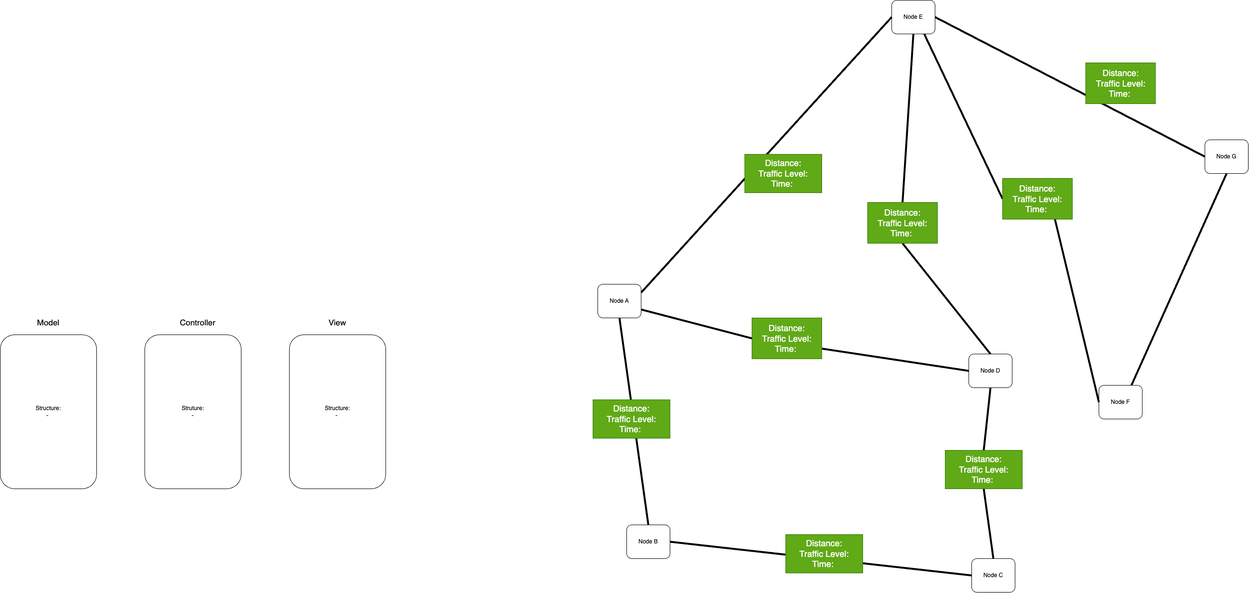
Earlier version of the draw.io export src/main/java/org/logistics/diagrams/Design_mockUp.drawio.png (Raul-Prisecaru/Vehicle-Delivery-System-Pathfinding). Source tidied: cells renumbered, new cells last; positions are measured from the earlier drawing's top-left corner, leaving out a move shared by most shapes. The source it was exported from:
```xml
<mxGraphModel>
  <root>
    <mxCell id="0" />
    <mxCell id="1" parent="0" />
    <mxCell id="2" value="Node A" style="rounded=1;whiteSpace=wrap;html=1;" parent="1" vertex="1">
      <mxGeometry x="1240" y="590" width="90" height="70" as="geometry" />
    </mxCell>
    <mxCell id="3" value="Node B" style="rounded=1;whiteSpace=wrap;html=1;" parent="1" vertex="1">
      <mxGeometry x="1300" y="1090" width="90" height="70" as="geometry" />
    </mxCell>
    <mxCell id="4" value="Node D" style="rounded=1;whiteSpace=wrap;html=1;" parent="1" vertex="1">
      <mxGeometry x="2010" y="735" width="90" height="70" as="geometry" />
    </mxCell>
    <mxCell id="5" value="Node C" style="rounded=1;whiteSpace=wrap;html=1;" parent="1" vertex="1">
      <mxGeometry x="2016" y="1160" width="90" height="70" as="geometry" />
    </mxCell>
    <mxCell id="6" value="Node F" style="rounded=1;whiteSpace=wrap;html=1;" parent="1" vertex="1">
      <mxGeometry x="2280" y="800" width="90" height="70" as="geometry" />
    </mxCell>
    <mxCell id="7" value="Node E" style="rounded=1;whiteSpace=wrap;html=1;" parent="1" vertex="1">
      <mxGeometry x="1850" width="90" height="70" as="geometry" />
    </mxCell>
    <mxCell id="8" value="Node G" style="rounded=1;whiteSpace=wrap;html=1;" parent="1" vertex="1">
      <mxGeometry x="2500" y="290" width="90" height="70" as="geometry" />
    </mxCell>
    <mxCell id="9" style="endArrow=none;html=1;rounded=0;strokeWidth=4;exitX=0.5;exitY=0;exitDx=0;exitDy=0;entryX=0.5;entryY=1;entryDx=0;entryDy=0;" parent="1" edge="1" source="3" target="2">
      <mxGeometry relative="1" as="geometry" />
    </mxCell>
    <mxCell id="10" style="endArrow=none;html=1;rounded=0;strokeWidth=4;exitX=1;exitY=0.5;exitDx=0;exitDy=0;entryX=0;entryY=0.5;entryDx=0;entryDy=0;" parent="1" edge="1" source="3" target="5">
      <mxGeometry relative="1" as="geometry" />
    </mxCell>
    <mxCell id="11" style="endArrow=none;html=1;rounded=0;strokeWidth=4;exitX=0.5;exitY=1;exitDx=0;exitDy=0;entryX=0.5;entryY=0;entryDx=0;entryDy=0;" parent="1" edge="1" source="29" target="5">
      <mxGeometry relative="1" as="geometry" />
    </mxCell>
    <mxCell id="12" style="endArrow=none;html=1;rounded=0;strokeWidth=4;exitX=0.5;exitY=1;exitDx=0;exitDy=0;entryX=0.5;entryY=0;entryDx=0;entryDy=0;" parent="1" edge="1" source="22" target="4">
      <mxGeometry relative="1" as="geometry" />
    </mxCell>
    <mxCell id="13" style="endArrow=none;html=1;rounded=0;strokeWidth=4;exitX=0;exitY=0.5;exitDx=0;exitDy=0;entryX=0.75;entryY=1;entryDx=0;entryDy=0;" parent="1" edge="1" source="26" target="7">
      <mxGeometry relative="1" as="geometry" />
    </mxCell>
    <mxCell id="14" style="endArrow=none;html=1;rounded=0;strokeWidth=4;exitX=0.5;exitY=1;exitDx=0;exitDy=0;entryX=0.75;entryY=0;entryDx=0;entryDy=0;" parent="1" edge="1" source="8" target="6">
      <mxGeometry relative="1" as="geometry" />
    </mxCell>
    <mxCell id="15" style="endArrow=none;html=1;rounded=0;strokeWidth=4;exitX=0;exitY=0.5;exitDx=0;exitDy=0;entryX=1;entryY=0.25;entryDx=0;entryDy=0;" parent="1" edge="1" source="7" target="2">
      <mxGeometry relative="1" as="geometry" />
    </mxCell>
    <mxCell id="16" style="endArrow=none;html=1;rounded=0;strokeWidth=4;exitX=0;exitY=0.5;exitDx=0;exitDy=0;entryX=1;entryY=0.5;entryDx=0;entryDy=0;" parent="1" edge="1" source="8" target="7">
      <mxGeometry relative="1" as="geometry" />
    </mxCell>
    <mxCell id="17" style="endArrow=none;html=1;rounded=0;strokeWidth=4;exitX=0;exitY=0.5;exitDx=0;exitDy=0;entryX=1;entryY=0.75;entryDx=0;entryDy=0;" parent="1" edge="1" source="24" target="2">
      <mxGeometry relative="1" as="geometry" />
    </mxCell>
    <mxCell id="18" value="&lt;font style=&quot;font-size: 18px;&quot;&gt;Distance:&lt;br&gt;Traffic Level:&lt;br&gt;Time:&amp;nbsp;&lt;/font&gt;" style="rounded=0;whiteSpace=wrap;html=1;fillColor=#60a917;strokeColor=#2D7600;fontColor=#ffffff;" parent="1" vertex="1">
      <mxGeometry x="1230" y="830" width="160" height="80" as="geometry" />
    </mxCell>
    <mxCell id="19" value="&lt;font style=&quot;font-size: 18px;&quot;&gt;Distance:&lt;br&gt;Traffic Level:&lt;br&gt;Time:&amp;nbsp;&lt;/font&gt;" style="rounded=0;whiteSpace=wrap;html=1;fillColor=#60a917;strokeColor=#2D7600;fontColor=#ffffff;" parent="1" vertex="1">
      <mxGeometry x="1545" y="320" width="160" height="80" as="geometry" />
    </mxCell>
    <mxCell id="20" value="&lt;font style=&quot;font-size: 18px;&quot;&gt;Distance:&lt;br&gt;Traffic Level:&lt;br&gt;Time:&amp;nbsp;&lt;/font&gt;" style="rounded=0;whiteSpace=wrap;html=1;fillColor=#60a917;strokeColor=#2D7600;fontColor=#ffffff;" parent="1" vertex="1">
      <mxGeometry x="1630" y="1110" width="160" height="80" as="geometry" />
    </mxCell>
    <mxCell id="21" style="endArrow=none;html=1;rounded=0;strokeWidth=4;exitX=0.5;exitY=1;exitDx=0;exitDy=0;entryX=0.5;entryY=0;entryDx=0;entryDy=0;" parent="1" edge="1" source="7" target="22">
      <mxGeometry relative="1" as="geometry" />
    </mxCell>
    <mxCell id="22" value="&lt;font style=&quot;font-size: 18px;&quot;&gt;Distance:&lt;br&gt;Traffic Level:&lt;br&gt;Time:&amp;nbsp;&lt;/font&gt;" style="rounded=0;whiteSpace=wrap;html=1;fillColor=#60a917;strokeColor=#2D7600;fontColor=#ffffff;" parent="1" vertex="1">
      <mxGeometry x="1800" y="420" width="145" height="85" as="geometry" />
    </mxCell>
    <mxCell id="23" style="endArrow=none;html=1;rounded=0;strokeWidth=4;exitX=0;exitY=0.5;exitDx=0;exitDy=0;entryX=1;entryY=0.75;entryDx=0;entryDy=0;" parent="1" edge="1" source="4" target="24">
      <mxGeometry relative="1" as="geometry" />
    </mxCell>
    <mxCell id="24" value="&lt;font style=&quot;font-size: 18px;&quot;&gt;Distance:&lt;br&gt;Traffic Level:&lt;br&gt;Time:&amp;nbsp;&lt;/font&gt;" style="rounded=0;whiteSpace=wrap;html=1;fillColor=#60a917;strokeColor=#2D7600;fontColor=#ffffff;" parent="1" vertex="1">
      <mxGeometry x="1560" y="660" width="145" height="85" as="geometry" />
    </mxCell>
    <mxCell id="25" style="endArrow=none;html=1;rounded=0;strokeWidth=4;exitX=0;exitY=0.5;exitDx=0;exitDy=0;entryX=0.75;entryY=1;entryDx=0;entryDy=0;" parent="1" edge="1" source="6" target="26">
      <mxGeometry relative="1" as="geometry" />
    </mxCell>
    <mxCell id="26" value="&lt;font style=&quot;font-size: 18px;&quot;&gt;Distance:&lt;br&gt;Traffic Level:&lt;br&gt;Time:&amp;nbsp;&lt;/font&gt;" style="rounded=0;whiteSpace=wrap;html=1;fillColor=#60a917;strokeColor=#2D7600;fontColor=#ffffff;" parent="1" vertex="1">
      <mxGeometry x="2080" y="370" width="145" height="85" as="geometry" />
    </mxCell>
    <mxCell id="27" value="&lt;font style=&quot;font-size: 18px;&quot;&gt;Distance:&lt;br&gt;Traffic Level:&lt;br&gt;Time:&amp;nbsp;&lt;/font&gt;" style="rounded=0;whiteSpace=wrap;html=1;fillColor=#60a917;strokeColor=#2D7600;fontColor=#ffffff;" parent="1" vertex="1">
      <mxGeometry x="2252.5" y="130" width="145" height="85" as="geometry" />
    </mxCell>
    <mxCell id="28" style="endArrow=none;html=1;rounded=0;strokeWidth=4;exitX=0.5;exitY=1;exitDx=0;exitDy=0;entryX=0.5;entryY=0;entryDx=0;entryDy=0;" parent="1" edge="1" source="4" target="29">
      <mxGeometry relative="1" as="geometry" />
    </mxCell>
    <mxCell id="29" value="&lt;font style=&quot;font-size: 18px;&quot;&gt;Distance:&lt;br&gt;Traffic Level:&lt;br&gt;Time:&amp;nbsp;&lt;/font&gt;" style="rounded=0;whiteSpace=wrap;html=1;fillColor=#60a917;strokeColor=#2D7600;fontColor=#ffffff;" parent="1" vertex="1">
      <mxGeometry x="1961" y="935" width="160" height="80" as="geometry" />
    </mxCell>
    <mxCell id="30" value="Structure:&lt;br&gt;-&amp;nbsp;" style="rounded=1;whiteSpace=wrap;html=1;" parent="1" vertex="1">
      <mxGeometry y="695" width="200" height="320" as="geometry" />
    </mxCell>
    <mxCell id="31" style="rounded=1;whiteSpace=wrap;html=1;" parent="1" vertex="1">
      <mxGeometry x="300" y="695" width="200" height="320" as="geometry" />
    </mxCell>
    <mxCell id="32" style="rounded=1;whiteSpace=wrap;html=1;" parent="1" vertex="1">
      <mxGeometry x="600" y="695" width="200" height="320" as="geometry" />
    </mxCell>
    <mxCell id="33" value="&lt;font style=&quot;font-size: 17px;&quot;&gt;Model&lt;/font&gt;" style="text;html=1;strokeColor=none;fillColor=none;align=center;verticalAlign=middle;whiteSpace=wrap;rounded=0;" parent="1" vertex="1">
      <mxGeometry x="70" y="655" width="60" height="30" as="geometry" />
    </mxCell>
    <mxCell id="34" value="&lt;font style=&quot;font-size: 17px;&quot;&gt;View&lt;/font&gt;" style="text;html=1;strokeColor=none;fillColor=none;align=center;verticalAlign=middle;whiteSpace=wrap;rounded=0;" parent="1" vertex="1">
      <mxGeometry x="670" y="655" width="60" height="30" as="geometry" />
    </mxCell>
    <mxCell id="35" value="&lt;font style=&quot;font-size: 17px;&quot;&gt;Controller&lt;/font&gt;" style="text;html=1;strokeColor=none;fillColor=none;align=center;verticalAlign=middle;whiteSpace=wrap;rounded=0;" parent="1" vertex="1">
      <mxGeometry x="380" y="655" width="60" height="30" as="geometry" />
    </mxCell>
    <mxCell id="36" value="Structure:&lt;br&gt;-&amp;nbsp;" style="text;html=1;strokeColor=none;fillColor=none;align=center;verticalAlign=middle;whiteSpace=wrap;rounded=0;" parent="1" vertex="1">
      <mxGeometry x="610" y="705" width="180" height="300" as="geometry" />
    </mxCell>
    <mxCell id="37" value="Struture:&lt;br&gt;-" style="text;html=1;strokeColor=none;fillColor=none;align=center;verticalAlign=middle;whiteSpace=wrap;rounded=0;" parent="1" vertex="1">
      <mxGeometry x="310" y="705" width="180" height="300" as="geometry" />
    </mxCell>
  </root>
</mxGraphModel>
```
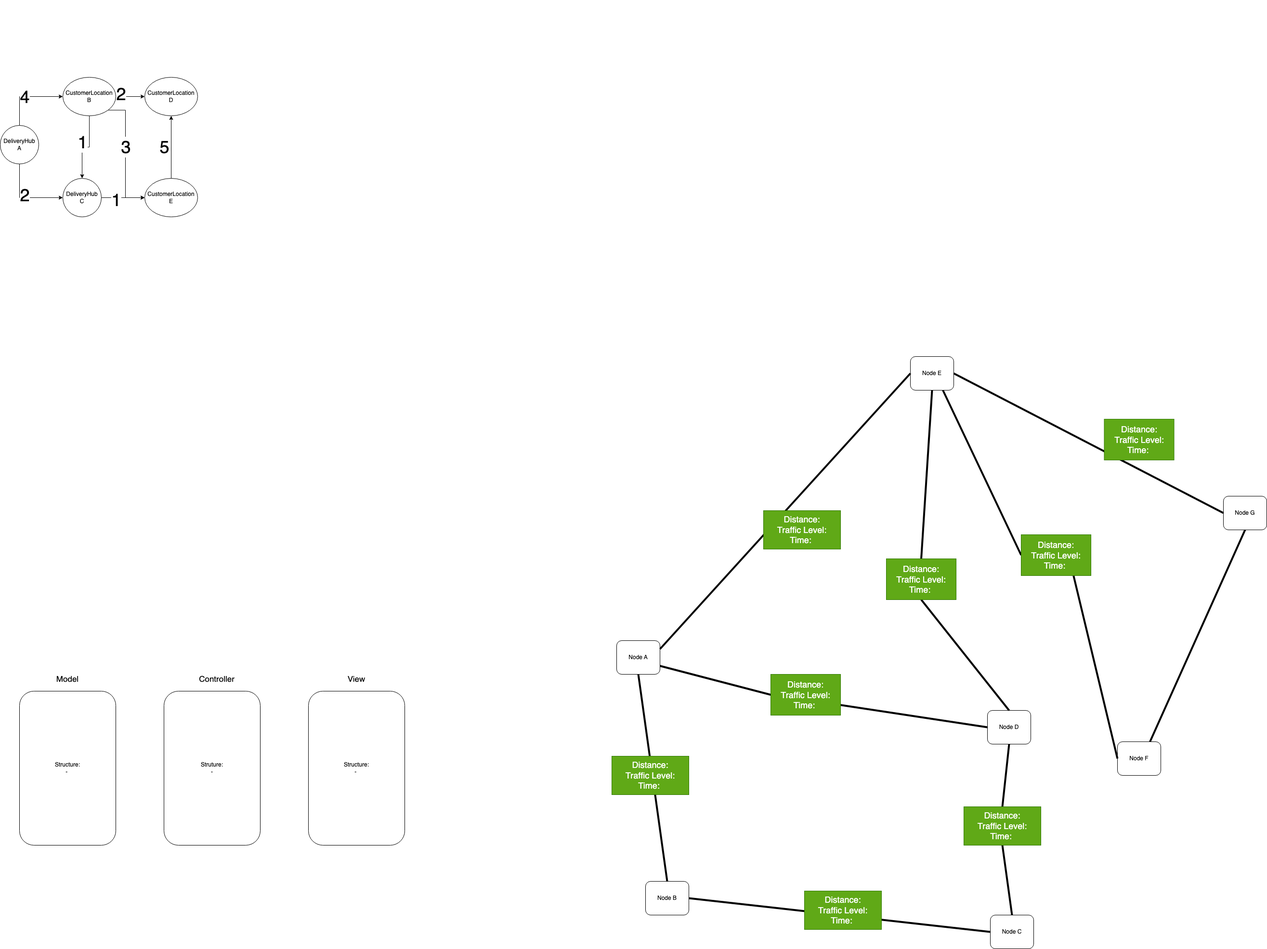
After the commit.

Commit message:
Added: Made Basic Graph for how DeliveryHub and CustomerLocations may be connected with edge weights

Diff of the diagram source:
```diff
@@ -110,5 +110,81 @@
     <mxCell id="37" value="Struture:&lt;br&gt;-" style="text;html=1;strokeColor=none;fillColor=none;align=center;verticalAlign=middle;whiteSpace=wrap;rounded=0;" parent="1" vertex="1">
       <mxGeometry x="310" y="705" width="180" height="300" as="geometry" />
     </mxCell>
+    <mxCell id="38" style="edgeStyle=orthogonalEdgeStyle;rounded=0;jettySize=auto;html=1;entryX=0;entryY=0.5;entryDx=0;entryDy=0;exitX=0.5;exitY=0;exitDx=0;exitDy=0;" parent="1" edge="1" source="41" target="45">
+      <mxGeometry relative="1" as="geometry" />
+    </mxCell>
+    <mxCell id="39" value="&lt;font style=&quot;font-size: 36px;&quot;&gt;4&lt;/font&gt;" style="edgeLabel;html=1;align=center;verticalAlign=middle;" parent="38" vertex="1">
+      <mxGeometry x="-0.53" y="-2" relative="1" as="geometry">
+        <mxPoint x="8" y="-25" as="offset" />
+      </mxGeometry>
+    </mxCell>
+    <mxCell id="40" style="edgeStyle=orthogonalEdgeStyle;rounded=0;jettySize=auto;html=1;entryX=0;entryY=0.5;entryDx=0;entryDy=0;exitX=0.5;exitY=1;exitDx=0;exitDy=0;" parent="1" edge="1" source="41" target="47">
+      <mxGeometry relative="1" as="geometry" />
+    </mxCell>
+    <mxCell id="41" value="DeliveryHub&lt;br&gt;A" style="ellipse;whiteSpace=wrap;html=1;" parent="1" vertex="1">
+      <mxGeometry x="-40" y="-480" width="80" height="80" as="geometry" />
+    </mxCell>
+    <mxCell id="42" style="edgeStyle=orthogonalEdgeStyle;rounded=0;jettySize=auto;html=1;" parent="1" edge="1" source="45" target="48">
+      <mxGeometry relative="1" as="geometry" />
+    </mxCell>
+    <mxCell id="43" style="edgeStyle=orthogonalEdgeStyle;rounded=0;jettySize=auto;html=1;" parent="1" edge="1" source="45" target="47">
+      <mxGeometry relative="1" as="geometry" />
+    </mxCell>
+    <mxCell id="44" style="edgeStyle=orthogonalEdgeStyle;rounded=0;jettySize=auto;html=1;entryX=0;entryY=0.5;entryDx=0;entryDy=0;exitX=1;exitY=1;exitDx=0;exitDy=0;" parent="1" edge="1" source="45" target="50">
+      <mxGeometry relative="1" as="geometry">
+        <Array as="points">
+          <mxPoint x="220" y="-512" />
+          <mxPoint x="220" y="-330" />
+        </Array>
+      </mxGeometry>
+    </mxCell>
+    <mxCell id="45" value="CustomerLocation&lt;br&gt;B" style="ellipse;whiteSpace=wrap;html=1;" parent="1" vertex="1">
+      <mxGeometry x="90" y="-580" width="110" height="80" as="geometry" />
+    </mxCell>
+    <mxCell id="46" style="edgeStyle=orthogonalEdgeStyle;rounded=0;jettySize=auto;html=1;entryX=0;entryY=0.5;entryDx=0;entryDy=0;" parent="1" edge="1" source="47" target="50">
+      <mxGeometry relative="1" as="geometry" />
+    </mxCell>
+    <mxCell id="47" value="DeliveryHub&lt;br&gt;C" style="ellipse;whiteSpace=wrap;html=1;" parent="1" vertex="1">
+      <mxGeometry x="90" y="-370" width="80" height="80" as="geometry" />
+    </mxCell>
+    <mxCell id="48" value="CustomerLocation&lt;br&gt;D" style="ellipse;whiteSpace=wrap;html=1;" parent="1" vertex="1">
+      <mxGeometry x="260" y="-580" width="110" height="80" as="geometry" />
+    </mxCell>
+    <mxCell id="49" style="edgeStyle=orthogonalEdgeStyle;rounded=0;jettySize=auto;html=1;" parent="1" edge="1" source="50" target="48">
+      <mxGeometry relative="1" as="geometry" />
+    </mxCell>
+    <mxCell id="50" value="CustomerLocation&lt;br&gt;E" style="ellipse;whiteSpace=wrap;html=1;" parent="1" vertex="1">
+      <mxGeometry x="260" y="-370" width="110" height="80" as="geometry" />
+    </mxCell>
+    <mxCell id="51" value="&lt;font style=&quot;font-size: 36px;&quot;&gt;2&lt;/font&gt;" style="edgeLabel;html=1;align=center;verticalAlign=middle;" parent="1" vertex="1">
+      <mxGeometry x="20" y="-530" as="geometry">
+        <mxPoint x="-10" y="194" as="offset" />
+      </mxGeometry>
+    </mxCell>
+    <mxCell id="52" value="&lt;font style=&quot;font-size: 36px;&quot;&gt;1&lt;/font&gt;" style="edgeLabel;html=1;align=center;verticalAlign=middle;" parent="1" vertex="1">
+      <mxGeometry x="140" y="-640" as="geometry">
+        <mxPoint x="-10" y="194" as="offset" />
+      </mxGeometry>
+    </mxCell>
+    <mxCell id="53" value="&lt;font style=&quot;font-size: 36px;&quot;&gt;2&lt;/font&gt;" style="edgeLabel;html=1;align=center;verticalAlign=middle;" parent="1" vertex="1">
+      <mxGeometry x="220" y="-740" as="geometry">
+        <mxPoint x="-10" y="194" as="offset" />
+      </mxGeometry>
+    </mxCell>
+    <mxCell id="54" value="&lt;font style=&quot;font-size: 36px;&quot;&gt;3&lt;/font&gt;" style="edgeLabel;html=1;align=center;verticalAlign=middle;" parent="1" vertex="1">
+      <mxGeometry x="230" y="-630" as="geometry">
+        <mxPoint x="-10" y="194" as="offset" />
+      </mxGeometry>
+    </mxCell>
+    <mxCell id="55" value="&lt;font style=&quot;font-size: 36px;&quot;&gt;5&lt;/font&gt;" style="edgeLabel;html=1;align=center;verticalAlign=middle;" parent="1" vertex="1">
+      <mxGeometry x="310" y="-630" as="geometry">
+        <mxPoint x="-10" y="194" as="offset" />
+      </mxGeometry>
+    </mxCell>
+    <mxCell id="56" value="&lt;font style=&quot;font-size: 36px;&quot;&gt;1&lt;/font&gt;" style="edgeLabel;html=1;align=center;verticalAlign=middle;" parent="1" vertex="1">
+      <mxGeometry x="210" y="-520" as="geometry">
+        <mxPoint x="-10" y="194" as="offset" />
+      </mxGeometry>
+    </mxCell>
   </root>
 </mxGraphModel>
```
